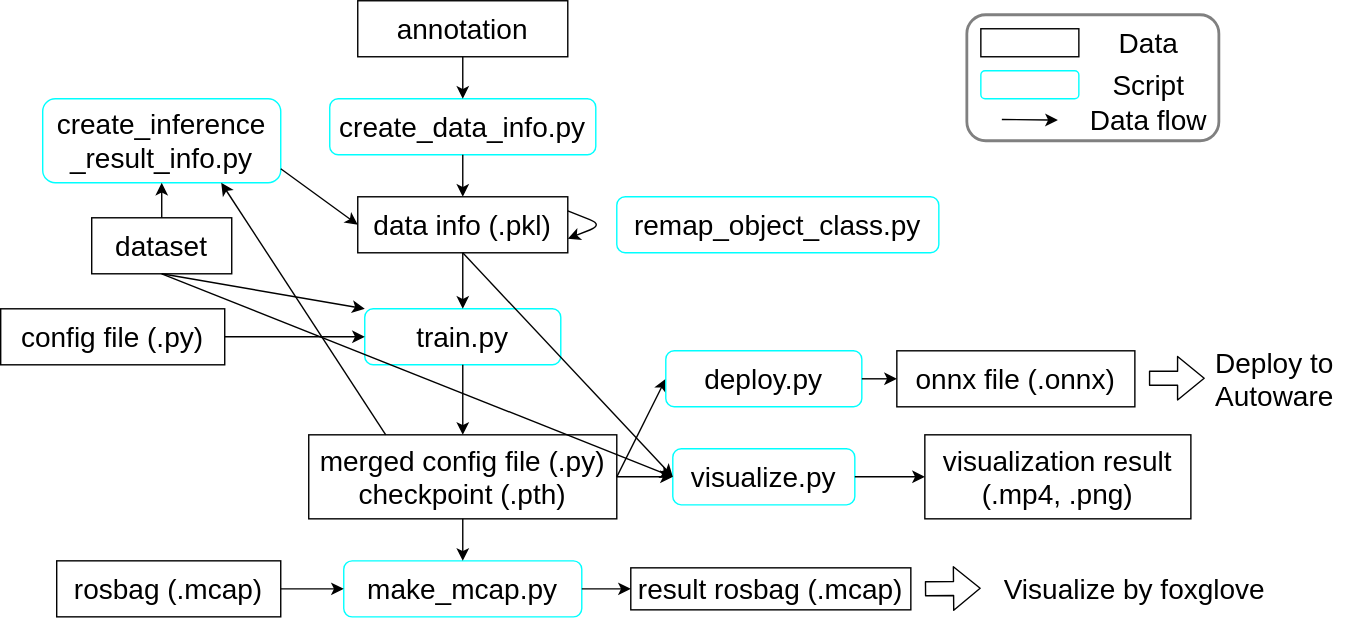
The draw.io diagram docs/fig/pipeline.drawio.svg in tier4/AWML, before a commit. Source tidied: cells renumbered, new cells last; positions are measured from the earlier drawing's top-left corner, leaving out a move shared by most shapes.
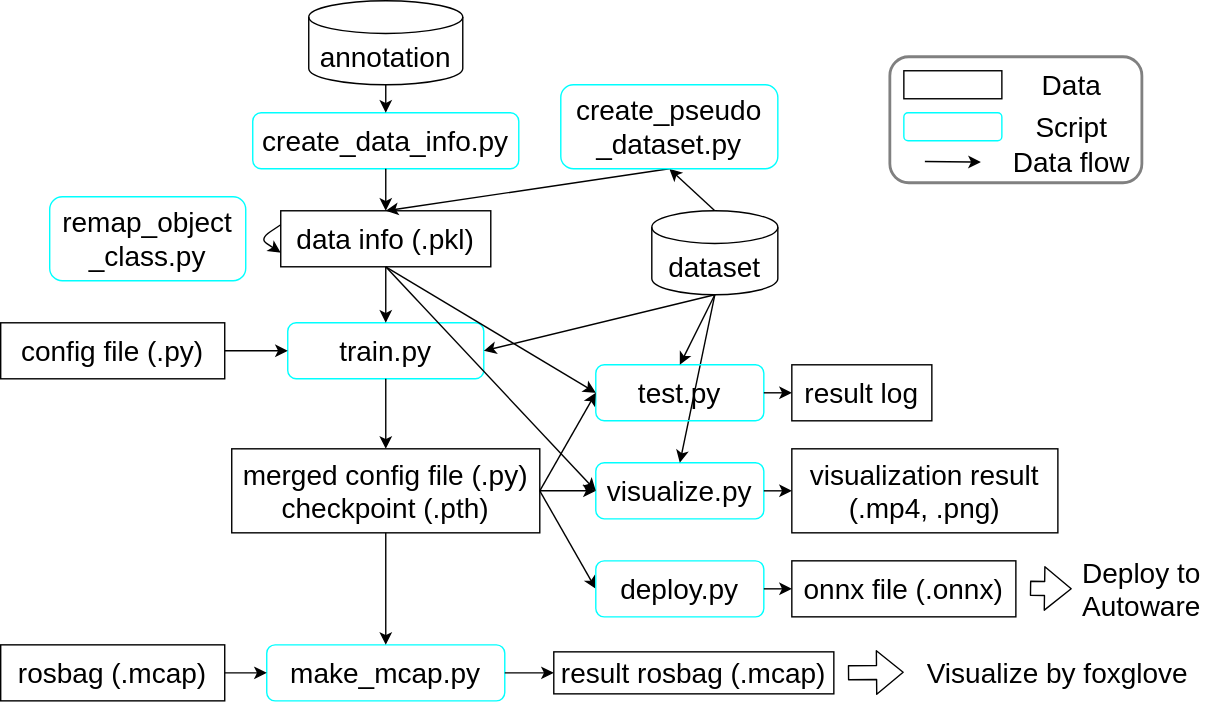
The same diagram one commit later.

What changed in the source:
```diff
@@ -3,7 +3,7 @@
     <mxCell id="0" />
     <mxCell id="1" parent="0" />
     <mxCell id="2" style="rounded=1;whiteSpace=wrap;html=1;fillColor=none;strokeWidth=2;strokeColor=#808080;" parent="1" vertex="1">
-      <mxGeometry x="690" y="10" width="180" height="90" as="geometry" />
+      <mxGeometry x="690" y="30" width="180" height="90" as="geometry" />
     </mxCell>
     <mxCell id="3" value="&lt;font style=&quot;font-size: 20px;&quot;&gt;train.py&lt;/font&gt;" style="rounded=1;whiteSpace=wrap;html=1;strokeColor=#00FFFF;fillColor=none;" parent="1" vertex="1">
       <mxGeometry x="260" y="220" width="140" height="40" as="geometry" />
@@ -17,7 +17,7 @@
     <mxCell id="6" style="endArrow=classic;html=1;fontSize=20;exitX=0.5;exitY=1;exitDx=0;exitDy=0;entryX=0.5;entryY=0;entryDx=0;entryDy=0;" parent="1" edge="1" source="11" target="3">
       <mxGeometry relative="1" as="geometry" />
     </mxCell>
-    <mxCell id="7" style="endArrow=classic;html=1;fontSize=20;exitX=0.5;exitY=1;exitDx=0;exitDy=0;entryX=0;entryY=0;entryDx=0;entryDy=0;" parent="1" edge="1" source="12" target="3">
+    <mxCell id="7" style="endArrow=classic;html=1;fontSize=20;exitX=0.5;exitY=1;exitDx=0;exitDy=0;entryX=1;entryY=0.5;entryDx=0;entryDy=0;exitPerimeter=0;" parent="1" edge="1" source="12" target="3">
       <mxGeometry relative="1" as="geometry" />
     </mxCell>
     <mxCell id="8" style="endArrow=classic;html=1;fontSize=20;exitX=1;exitY=0.5;exitDx=0;exitDy=0;entryX=0;entryY=0.5;entryDx=0;entryDy=0;" parent="1" edge="1" source="10" target="3">
@@ -27,19 +27,16 @@
       <mxGeometry relative="1" as="geometry" />
     </mxCell>
     <mxCell id="10" value="config file (.py)" style="rounded=0;whiteSpace=wrap;html=1;strokeColor=default;fontSize=20;fillColor=none;" parent="1" vertex="1">
-      <mxGeometry y="220" width="160" height="40" as="geometry" />
+      <mxGeometry x="55" y="220" width="160" height="40" as="geometry" />
     </mxCell>
     <mxCell id="11" value="data info (.pkl)" style="rounded=0;whiteSpace=wrap;html=1;strokeColor=default;fontSize=20;fillColor=none;" parent="1" vertex="1">
       <mxGeometry x="255" y="140" width="150" height="40" as="geometry" />
     </mxCell>
-    <mxCell id="12" value="dataset" style="rounded=0;whiteSpace=wrap;html=1;strokeColor=default;fontSize=20;fillColor=none;" parent="1" vertex="1">
-      <mxGeometry x="65" y="155" width="100" height="40" as="geometry" />
-    </mxCell>
     <mxCell id="13" value="merged config file (.py)&lt;br&gt;checkpoint (.pth)" style="rounded=0;whiteSpace=wrap;html=1;strokeColor=default;fontSize=20;fillColor=none;" parent="1" vertex="1">
       <mxGeometry x="220" y="310" width="220" height="60" as="geometry" />
     </mxCell>
     <mxCell id="14" value="onnx file (.onnx)" style="rounded=0;whiteSpace=wrap;html=1;strokeColor=default;fontSize=20;fillColor=none;" parent="1" vertex="1">
-      <mxGeometry x="640" y="250" width="170" height="40" as="geometry" />
+      <mxGeometry x="620" y="390" width="160" height="40" as="geometry" />
     </mxCell>
     <mxCell id="15" style="endArrow=classic;html=1;fontSize=20;entryX=0;entryY=0.5;entryDx=0;entryDy=0;" parent="1" edge="1" target="46">
       <mxGeometry relative="1" as="geometry">
@@ -48,114 +45,132 @@
     </mxCell>
     <mxCell id="16" style="shape=flexArrow;endArrow=classic;html=1;fontSize=20;" parent="1" edge="1">
       <mxGeometry relative="1" as="geometry">
-        <mxPoint x="820" y="269.6" as="sourcePoint" />
-        <mxPoint x="860" y="269.6" as="targetPoint" />
+        <mxPoint x="790" y="409.6" as="sourcePoint" />
+        <mxPoint x="820" y="410" as="targetPoint" />
       </mxGeometry>
     </mxCell>
     <mxCell id="17" value="Deploy to Autoware" style="text;html=1;strokeColor=none;fillColor=none;align=center;verticalAlign=middle;whiteSpace=wrap;rounded=0;fontSize=20;" parent="1" vertex="1">
-      <mxGeometry x="860" y="255" width="100" height="30" as="geometry" />
+      <mxGeometry x="820" y="395" width="100" height="30" as="geometry" />
     </mxCell>
     <mxCell id="18" value="&lt;font style=&quot;font-size: 20px;&quot;&gt;visualize.py&lt;/font&gt;" style="rounded=1;whiteSpace=wrap;html=1;strokeColor=#00FFFF;fillColor=none;" parent="1" vertex="1">
-      <mxGeometry x="480" y="320" width="130" height="40" as="geometry" />
+      <mxGeometry x="480" y="320" width="120" height="40" as="geometry" />
     </mxCell>
     <mxCell id="19" value="visualization result (.mp4, .png)" style="rounded=0;whiteSpace=wrap;html=1;strokeColor=default;fontSize=20;fillColor=none;" parent="1" vertex="1">
-      <mxGeometry x="660" y="310" width="190" height="60" as="geometry" />
+      <mxGeometry x="620" y="310" width="190" height="60" as="geometry" />
     </mxCell>
     <mxCell id="20" style="endArrow=classic;html=1;fontSize=20;exitX=1;exitY=0.5;exitDx=0;exitDy=0;entryX=0;entryY=0.5;entryDx=0;entryDy=0;" parent="1" edge="1" source="18" target="19">
       <mxGeometry relative="1" as="geometry" />
     </mxCell>
     <mxCell id="21" value="&lt;font style=&quot;font-size: 20px;&quot;&gt;make_mcap.py&lt;/font&gt;" style="rounded=1;whiteSpace=wrap;html=1;strokeColor=#00FFFF;fillColor=none;" parent="1" vertex="1">
-      <mxGeometry x="245" y="400" width="170" height="40" as="geometry" />
+      <mxGeometry x="245" y="450" width="170" height="40" as="geometry" />
     </mxCell>
-    <mxCell id="22" style="endArrow=classic;html=1;fontSize=20;exitX=0.5;exitY=1;exitDx=0;exitDy=0;entryX=0;entryY=0.5;entryDx=0;entryDy=0;" parent="1" edge="1" source="12" target="18">
+    <mxCell id="22" style="endArrow=classic;html=1;fontSize=20;exitX=0.5;exitY=1;exitDx=0;exitDy=0;entryX=0.5;entryY=0;entryDx=0;entryDy=0;exitPerimeter=0;" parent="1" edge="1" source="12" target="18">
       <mxGeometry relative="1" as="geometry" />
     </mxCell>
     <mxCell id="23" style="endArrow=classic;html=1;fontSize=20;exitX=0.5;exitY=1;exitDx=0;exitDy=0;entryX=0;entryY=0.5;entryDx=0;entryDy=0;" parent="1" edge="1" source="11" target="18">
       <mxGeometry relative="1" as="geometry" />
     </mxCell>
     <mxCell id="24" value="rosbag (.mcap)" style="rounded=0;whiteSpace=wrap;html=1;strokeColor=default;fontSize=20;fillColor=none;" parent="1" vertex="1">
-      <mxGeometry x="40" y="400" width="160" height="40" as="geometry" />
+      <mxGeometry x="55" y="450" width="160" height="40" as="geometry" />
     </mxCell>
     <mxCell id="25" style="endArrow=classic;html=1;fontSize=20;entryX=0;entryY=0.5;entryDx=0;entryDy=0;exitX=1;exitY=0.5;exitDx=0;exitDy=0;" parent="1" edge="1" source="24" target="21">
       <mxGeometry relative="1" as="geometry" />
     </mxCell>
     <mxCell id="26" value="result rosbag (.mcap)" style="rounded=0;whiteSpace=wrap;html=1;strokeColor=default;fontSize=20;fillColor=none;" parent="1" vertex="1">
-      <mxGeometry x="450" y="405" width="200" height="30" as="geometry" />
+      <mxGeometry x="450" y="455" width="200" height="30" as="geometry" />
     </mxCell>
     <mxCell id="27" style="endArrow=classic;html=1;fontSize=20;exitX=1;exitY=0.5;exitDx=0;exitDy=0;" parent="1" edge="1" source="21" target="26">
       <mxGeometry relative="1" as="geometry" />
     </mxCell>
     <mxCell id="28" style="shape=flexArrow;endArrow=classic;html=1;fontSize=20;" parent="1" edge="1">
       <mxGeometry relative="1" as="geometry">
-        <mxPoint x="660" y="419.9" as="sourcePoint" />
-        <mxPoint x="700" y="419.6" as="targetPoint" />
+        <mxPoint x="660" y="469.9" as="sourcePoint" />
+        <mxPoint x="700" y="469.6" as="targetPoint" />
       </mxGeometry>
     </mxCell>
     <mxCell id="29" value="Visualize by foxglove" style="text;html=1;strokeColor=none;fillColor=none;align=center;verticalAlign=middle;whiteSpace=wrap;rounded=0;fontSize=20;" parent="1" vertex="1">
-      <mxGeometry x="710" y="405" width="200" height="30" as="geometry" />
+      <mxGeometry x="710" y="455" width="200" height="30" as="geometry" />
     </mxCell>
-    <mxCell id="30" value="&lt;font style=&quot;font-size: 20px;&quot;&gt;remap_object_class.py&lt;/font&gt;" style="rounded=1;whiteSpace=wrap;html=1;strokeColor=#00FFFF;fillColor=none;" parent="1" vertex="1">
-      <mxGeometry x="440" y="140" width="230" height="40" as="geometry" />
+    <mxCell id="30" value="&lt;font style=&quot;font-size: 20px;&quot;&gt;remap_object&lt;br&gt;_class.py&lt;/font&gt;" style="rounded=1;whiteSpace=wrap;html=1;strokeColor=#00FFFF;fillColor=none;" parent="1" vertex="1">
+      <mxGeometry x="90" y="130" width="140" height="60" as="geometry" />
     </mxCell>
-    <mxCell id="31" style="endArrow=classic;html=1;fontSize=20;exitX=1;exitY=0.25;exitDx=0;exitDy=0;entryX=1;entryY=0.75;entryDx=0;entryDy=0;" parent="1" edge="1" source="11" target="11">
+    <mxCell id="31" style="endArrow=classic;html=1;fontSize=20;exitX=0;exitY=0.25;exitDx=0;exitDy=0;entryX=0;entryY=0.75;entryDx=0;entryDy=0;" parent="1" edge="1" source="11" target="11">
       <mxGeometry relative="1" as="geometry">
         <Array as="points">
-          <mxPoint x="430" y="160" />
+          <mxPoint x="240" y="160" />
         </Array>
       </mxGeometry>
     </mxCell>
-    <mxCell id="32" value="annotation" style="rounded=0;whiteSpace=wrap;html=1;strokeColor=default;fontSize=20;fillColor=none;" parent="1" vertex="1">
-      <mxGeometry x="255" width="150" height="40" as="geometry" />
-    </mxCell>
-    <mxCell id="33" style="endArrow=classic;html=1;fontSize=20;entryX=0.5;entryY=0;entryDx=0;entryDy=0;exitX=0.5;exitY=1;exitDx=0;exitDy=0;" parent="1" edge="1" source="32" target="4">
+    <mxCell id="33" style="endArrow=classic;html=1;fontSize=20;entryX=0.5;entryY=0;entryDx=0;entryDy=0;exitX=0.5;exitY=1;exitDx=0;exitDy=0;exitPerimeter=0;" parent="1" edge="1" source="32" target="4">
       <mxGeometry relative="1" as="geometry" />
     </mxCell>
-    <mxCell id="34" value="&lt;font style=&quot;font-size: 20px;&quot;&gt;create_inference&lt;br&gt;_result_info.py&lt;/font&gt;" style="rounded=1;whiteSpace=wrap;html=1;strokeColor=#00FFFF;fillColor=none;" parent="1" vertex="1">
-      <mxGeometry x="30" y="70" width="170" height="60" as="geometry" />
+    <mxCell id="34" value="&lt;span style=&quot;font-size: 20px;&quot;&gt;test.py&lt;/span&gt;" style="rounded=1;whiteSpace=wrap;html=1;strokeColor=#00FFFF;fillColor=none;" parent="1" vertex="1">
+      <mxGeometry x="480" y="250" width="120" height="40" as="geometry" />
     </mxCell>
-    <mxCell id="35" style="endArrow=classic;html=1;fontSize=20;entryX=0;entryY=0.5;entryDx=0;entryDy=0;exitX=1;exitY=0.75;exitDx=0;exitDy=0;" parent="1" edge="1" target="11">
-      <mxGeometry relative="1" as="geometry">
-        <mxPoint x="200" y="120" as="sourcePoint" />
-      </mxGeometry>
-    </mxCell>
-    <mxCell id="36" style="endArrow=classic;html=1;fontSize=20;exitX=0.5;exitY=0;exitDx=0;exitDy=0;entryX=0.5;entryY=1;entryDx=0;entryDy=0;" parent="1" edge="1" source="12" target="34">
+    <mxCell id="36" style="endArrow=classic;html=1;fontSize=20;exitX=0.5;exitY=1;exitDx=0;exitDy=0;entryX=0.5;entryY=0;entryDx=0;entryDy=0;exitPerimeter=0;" parent="1" edge="1" source="12" target="34">
       <mxGeometry relative="1" as="geometry" />
     </mxCell>
     <mxCell id="37" style="endArrow=classic;html=1;fontSize=20;exitX=1;exitY=0.5;exitDx=0;exitDy=0;entryX=0;entryY=0.5;entryDx=0;entryDy=0;" parent="1" edge="1" source="13" target="18">
       <mxGeometry relative="1" as="geometry" />
     </mxCell>
     <mxCell id="38" style="rounded=0;whiteSpace=wrap;html=1;strokeColor=default;fontSize=20;fillColor=none;" parent="1" vertex="1">
-      <mxGeometry x="700" y="20" width="70" height="20" as="geometry" />
+      <mxGeometry x="700" y="40" width="70" height="20" as="geometry" />
     </mxCell>
     <mxCell id="39" style="rounded=1;whiteSpace=wrap;html=1;strokeColor=#00FFFF;fillColor=none;" parent="1" vertex="1">
-      <mxGeometry x="700" y="50" width="70" height="20" as="geometry" />
+      <mxGeometry x="700" y="70" width="70" height="20" as="geometry" />
     </mxCell>
     <mxCell id="40" value="&lt;font style=&quot;font-size: 20px;&quot;&gt;Data&lt;/font&gt;" style="text;html=1;strokeColor=none;fillColor=none;align=center;verticalAlign=middle;whiteSpace=wrap;rounded=0;strokeWidth=2;" parent="1" vertex="1">
-      <mxGeometry x="790" y="15" width="60" height="30" as="geometry" />
+      <mxGeometry x="790" y="35" width="60" height="30" as="geometry" />
     </mxCell>
     <mxCell id="41" value="&lt;font style=&quot;font-size: 20px;&quot;&gt;Script&lt;/font&gt;" style="text;html=1;strokeColor=none;fillColor=none;align=center;verticalAlign=middle;whiteSpace=wrap;rounded=0;strokeWidth=2;" parent="1" vertex="1">
-      <mxGeometry x="790" y="45" width="60" height="30" as="geometry" />
+      <mxGeometry x="790" y="65" width="60" height="30" as="geometry" />
     </mxCell>
     <mxCell id="42" style="endArrow=classic;html=1;fontSize=20;" parent="1" edge="1">
       <mxGeometry relative="1" as="geometry">
-        <mxPoint x="715" y="84.8" as="sourcePoint" />
-        <mxPoint x="755" y="85.2" as="targetPoint" />
+        <mxPoint x="715" y="104.8" as="sourcePoint" />
+        <mxPoint x="755" y="105.2" as="targetPoint" />
       </mxGeometry>
     </mxCell>
     <mxCell id="43" value="&lt;font style=&quot;font-size: 20px;&quot;&gt;Data flow&lt;/font&gt;" style="text;html=1;strokeColor=none;fillColor=none;align=center;verticalAlign=middle;whiteSpace=wrap;rounded=0;strokeWidth=2;" parent="1" vertex="1">
-      <mxGeometry x="770" y="70" width="100" height="30" as="geometry" />
+      <mxGeometry x="770" y="90" width="100" height="30" as="geometry" />
     </mxCell>
     <mxCell id="44" style="endArrow=classic;html=1;fontSize=20;exitX=0.5;exitY=1;exitDx=0;exitDy=0;entryX=0.5;entryY=0;entryDx=0;entryDy=0;" parent="1" edge="1" source="13" target="21">
       <mxGeometry relative="1" as="geometry" />
     </mxCell>
-    <mxCell id="45" style="endArrow=classic;html=1;fontSize=20;exitX=0.25;exitY=0;exitDx=0;exitDy=0;entryX=0.75;entryY=1;entryDx=0;entryDy=0;" parent="1" edge="1" source="13" target="34">
-      <mxGeometry relative="1" as="geometry" />
+    <mxCell id="45" style="endArrow=classic;html=1;fontSize=20;exitX=1;exitY=0.5;exitDx=0;exitDy=0;" parent="1" edge="1" source="13">
+      <mxGeometry relative="1" as="geometry">
+        <mxPoint x="480" y="270" as="targetPoint" />
+      </mxGeometry>
     </mxCell>
     <mxCell id="46" value="&lt;font style=&quot;font-size: 20px;&quot;&gt;deploy.py&lt;/font&gt;" style="rounded=1;whiteSpace=wrap;html=1;strokeColor=#00FFFF;fillColor=none;" parent="1" vertex="1">
-      <mxGeometry x="475" y="250" width="140" height="40" as="geometry" />
+      <mxGeometry x="480" y="390" width="120" height="40" as="geometry" />
     </mxCell>
     <mxCell id="47" style="endArrow=classic;html=1;fontSize=20;exitX=1;exitY=0.5;exitDx=0;exitDy=0;entryX=0;entryY=0.5;entryDx=0;entryDy=0;" parent="1" edge="1" source="46" target="14">
       <mxGeometry relative="1" as="geometry" />
     </mxCell>
+    <mxCell id="48" value="result log" style="rounded=0;whiteSpace=wrap;html=1;strokeColor=default;fontSize=20;fillColor=none;" parent="1" vertex="1">
+      <mxGeometry x="620" y="250" width="100" height="40" as="geometry" />
+    </mxCell>
+    <mxCell id="49" style="endArrow=classic;html=1;fontSize=20;exitX=1;exitY=0.5;exitDx=0;exitDy=0;entryX=0;entryY=0.5;entryDx=0;entryDy=0;" parent="1" edge="1" source="34" target="48">
+      <mxGeometry relative="1" as="geometry" />
+    </mxCell>
+    <mxCell id="50" style="endArrow=classic;html=1;fontSize=20;exitX=0.5;exitY=1;exitDx=0;exitDy=0;entryX=0;entryY=0.5;entryDx=0;entryDy=0;" parent="1" edge="1" source="11" target="34">
+      <mxGeometry relative="1" as="geometry" />
+    </mxCell>
+    <mxCell id="51" style="edgeStyle=none;html=1;exitX=0.5;exitY=0;exitDx=0;exitDy=0;exitPerimeter=0;entryX=0.5;entryY=1;entryDx=0;entryDy=0;" parent="1" edge="1" source="12" target="53">
+      <mxGeometry relative="1" as="geometry" />
+    </mxCell>
+    <mxCell id="12" value="&lt;font style=&quot;font-size: 20px;&quot;&gt;dataset&lt;/font&gt;" style="shape=cylinder3;whiteSpace=wrap;html=1;boundedLbl=1;backgroundOutline=1;size=11.679206848144531;" parent="1" vertex="1">
+      <mxGeometry x="520" y="140" width="90" height="60" as="geometry" />
+    </mxCell>
+    <mxCell id="32" value="&lt;span style=&quot;font-size: 20px;&quot;&gt;annotation&lt;/span&gt;" style="shape=cylinder3;whiteSpace=wrap;html=1;boundedLbl=1;backgroundOutline=1;size=11.679206848144531;" parent="1" vertex="1">
+      <mxGeometry x="275" y="-10" width="110" height="60" as="geometry" />
+    </mxCell>
+    <mxCell id="52" style="edgeStyle=none;html=1;exitX=0.5;exitY=1;exitDx=0;exitDy=0;entryX=0.5;entryY=0;entryDx=0;entryDy=0;" parent="1" edge="1" source="53" target="11">
+      <mxGeometry relative="1" as="geometry" />
+    </mxCell>
+    <mxCell id="53" value="&lt;font style=&quot;font-size: 20px;&quot;&gt;create_pseudo&lt;br&gt;_dataset.py&lt;/font&gt;" style="rounded=1;whiteSpace=wrap;html=1;strokeColor=#00FFFF;fillColor=none;" parent="1" vertex="1">
+      <mxGeometry x="455" y="50" width="155" height="60" as="geometry" />
+    </mxCell>
   </root>
 </mxGraphModel>
```
